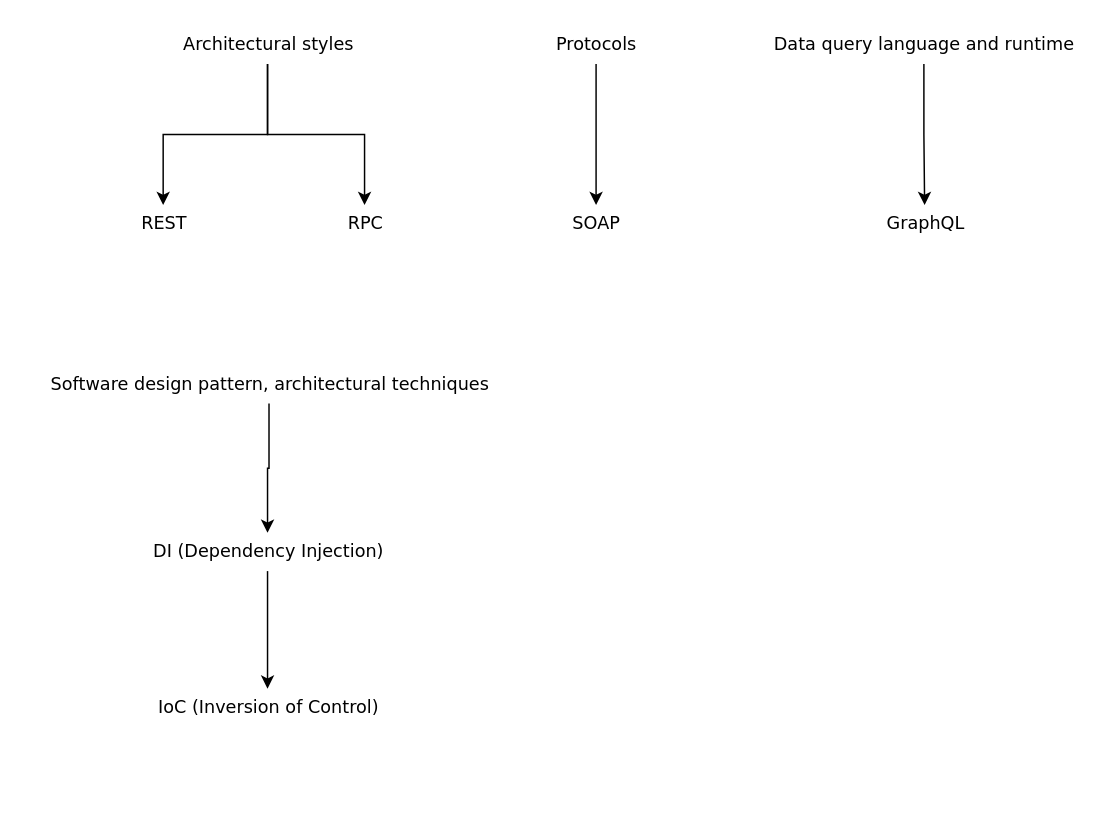
Earlier version of the draw.io diagram API.drawio (francoscarpa/Notes). Source tidied: cells renumbered, new cells numbered last; positions are measured from the earlier drawing's top-left corner, leaving out a move shared by most shapes. Both pictures are drawn from the tidied source at 147%, with x=0, y=0 at pixel (25, 25).
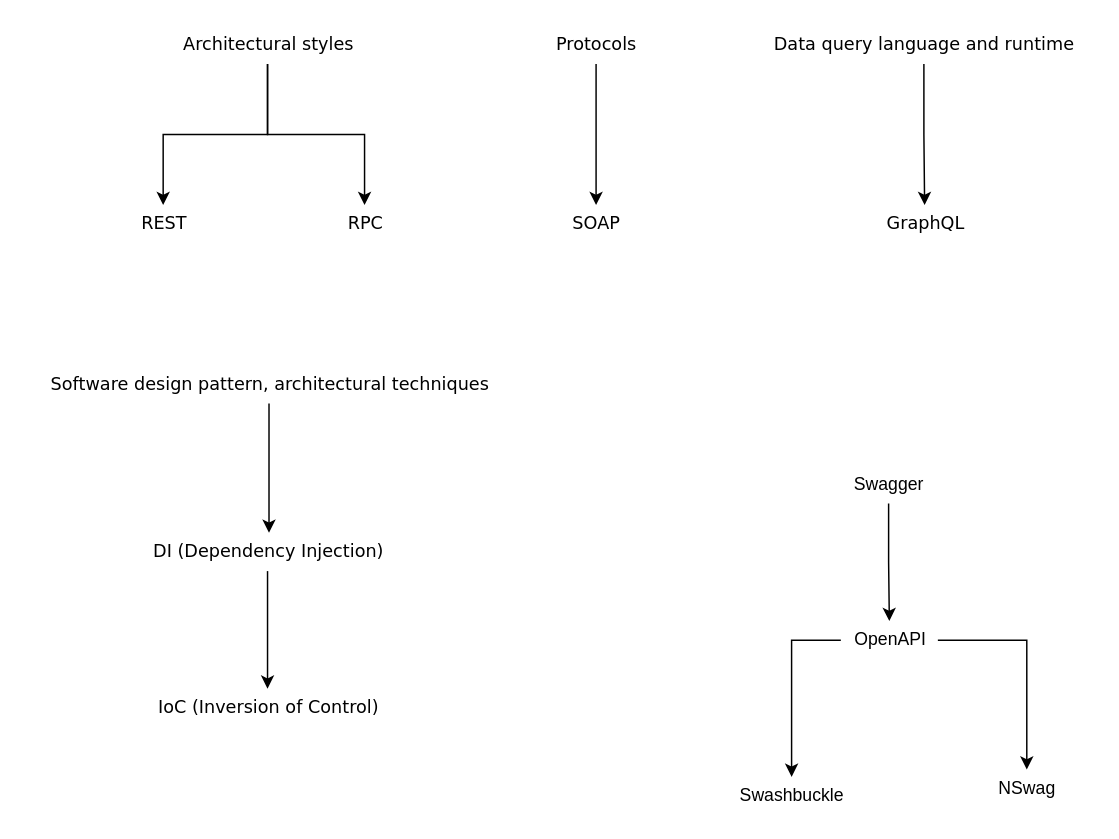
The same diagram, later.

The change refers to these unchanged cells:
```xml
<mxCell id="14" value="DI (Dependency Injection)" style="text;html=1;align=center;verticalAlign=middle;points=[];strokeColor=none;fillColor=none;fontFamily=Verdana;" parent="1" vertex="1">
  <mxGeometry x="73" y="345" width="183" height="26" as="geometry" />
</mxCell>
<mxCell id="16" value="Software design pattern, architectural techniques" style="text;html=1;align=center;verticalAlign=middle;points=[];strokeColor=none;fillColor=none;fontFamily=Verdana;" parent="1" vertex="1">
  <mxGeometry y="231" width="331" height="26" as="geometry" />
</mxCell>
```

What changed in the source:
```diff
@@
     <mxCell id="15" style="edgeStyle=orthogonalEdgeStyle;rounded=0;jettySize=auto;html=1;fontFamily=Verdana;" parent="1" edge="1" source="16" target="14">
-      <mxGeometry relative="1" as="geometry" />
+      <mxGeometry relative="1" as="geometry">
+        <Array as="points">
+          <mxPoint x="165" y="283" />
+          <mxPoint x="165" y="283" />
+        </Array>
+      </mxGeometry>
     </mxCell>
@@
+    <mxCell id="18" style="edgeStyle=orthogonalEdgeStyle;rounded=0;jettySize=auto;html=1;" parent="1" edge="1" source="19" target="22">
+      <mxGeometry relative="1" as="geometry" />
+    </mxCell>
+    <mxCell id="19" value="Swagger" style="text;html=1;align=center;verticalAlign=middle;points=[];strokeColor=none;fillColor=none;" parent="1" vertex="1">
+      <mxGeometry x="553.5" y="299" width="67" height="26" as="geometry" />
+    </mxCell>
+    <mxCell id="20" style="edgeStyle=orthogonalEdgeStyle;rounded=0;jettySize=auto;html=1;" parent="1" edge="1" source="22" target="24">
+      <mxGeometry relative="1" as="geometry" />
+    </mxCell>
+    <mxCell id="21" style="edgeStyle=orthogonalEdgeStyle;rounded=0;jettySize=auto;html=1;" parent="1" edge="1" source="22" target="23">
+      <mxGeometry relative="1" as="geometry">
+        <Array as="points">
+          <mxPoint x="521" y="418" />
+        </Array>
+      </mxGeometry>
+    </mxCell>
+    <mxCell id="22" value="OpenAPI" style="text;html=1;align=center;verticalAlign=middle;points=[];strokeColor=none;fillColor=none;" parent="1" vertex="1">
+      <mxGeometry x="554.5" y="405" width="66" height="26" as="geometry" />
+    </mxCell>
+    <mxCell id="23" value="Swashbuckle" style="text;html=1;align=center;verticalAlign=middle;points=[];strokeColor=none;fillColor=none;" parent="1" vertex="1">
+      <mxGeometry x="474.5" y="511" width="92" height="26" as="geometry" />
+    </mxCell>
+    <mxCell id="24" value="NSwag" style="text;html=1;align=center;verticalAlign=middle;points=[];strokeColor=none;fillColor=none;" parent="1" vertex="1">
+      <mxGeometry x="652" y="506" width="58" height="26" as="geometry" />
+    </mxCell>
```
